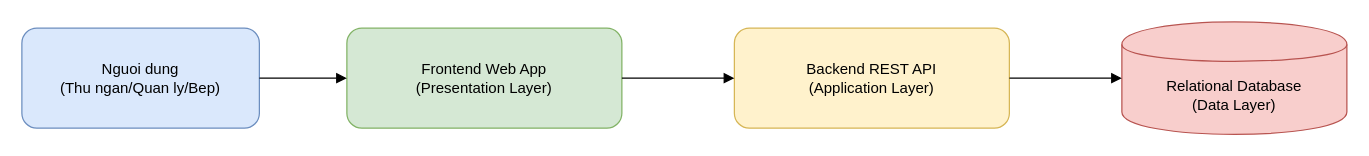
The draw.io diagram docs/design/system-architecture.drawio in NhomChuyenDePhanMem/Project-ShopBotECommerce, before the edit. Source tidied: cells renumbered, new cells numbered last; positions are measured from the earlier drawing's top-left corner, leaving out a move shared by most shapes. Both pictures are drawn from the tidied source at 125%, with x=0, y=0 at pixel (21, 21).
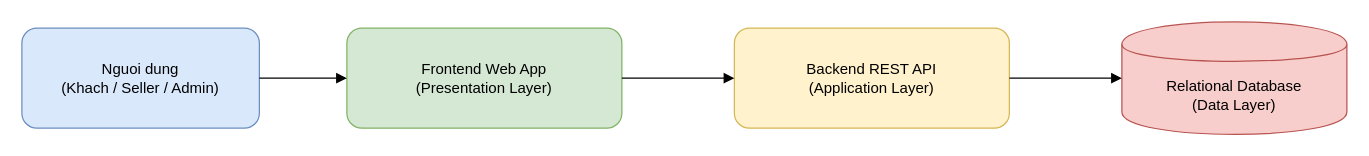
Above is the later version.

Diff of the diagram source:
```diff
@@
 <mxGraphModel>
   <root>
     <mxCell id="0" />
     <mxCell id="1" parent="0" />
-    <mxCell id="2" value="Nguoi dung&#10;(Thu ngan/Quan ly/Bep)" style="rounded=1;whiteSpace=wrap;html=1;fillColor=#dae8fc;strokeColor=#6c8ebf;" parent="1" vertex="1">
+    <mxCell id="2" value="Nguoi dung&#10;(Khach / Seller / Admin)" style="rounded=1;whiteSpace=wrap;html=1;fillColor=#dae8fc;strokeColor=#6c8ebf;" parent="1" vertex="1">
       <mxGeometry y="5" width="190" height="80" as="geometry" />
     </mxCell>
     <mxCell id="3" value="Frontend Web App&#10;(Presentation Layer)" style="rounded=1;whiteSpace=wrap;html=1;fillColor=#d5e8d4;strokeColor=#82b366;" parent="1" vertex="1">
       <mxGeometry x="260" y="5" width="220" height="80" as="geometry" />
     </mxCell>
     <mxCell id="4" value="Backend REST API&#10;(Application Layer)" style="rounded=1;whiteSpace=wrap;html=1;fillColor=#fff2cc;strokeColor=#d6b656;" parent="1" vertex="1">
       <mxGeometry x="570" y="5" width="220" height="80" as="geometry" />
     </mxCell>
     <mxCell id="5" value="Relational Database&#10;(Data Layer)" style="shape=cylinder;whiteSpace=wrap;html=1;boundedLbl=1;fillColor=#f8cecc;strokeColor=#b85450;" parent="1" vertex="1">
       <mxGeometry x="880" width="180" height="90" as="geometry" />
     </mxCell>
     <mxCell id="6" style="edgeStyle=orthogonalEdgeStyle;rounded=0;jettySize=auto;html=1;endArrow=block;" parent="1" edge="1" source="2" target="3">
       <mxGeometry relative="1" as="geometry" />
     </mxCell>
     <mxCell id="7" style="edgeStyle=orthogonalEdgeStyle;rounded=0;jettySize=auto;html=1;endArrow=block;" parent="1" edge="1" source="3" target="4">
       <mxGeometry relative="1" as="geometry" />
     </mxCell>
     <mxCell id="8" style="edgeStyle=orthogonalEdgeStyle;rounded=0;jettySize=auto;html=1;endArrow=block;" parent="1" edge="1" source="4" target="5">
       <mxGeometry relative="1" as="geometry" />
     </mxCell>
   </root>
 </mxGraphModel>
```
